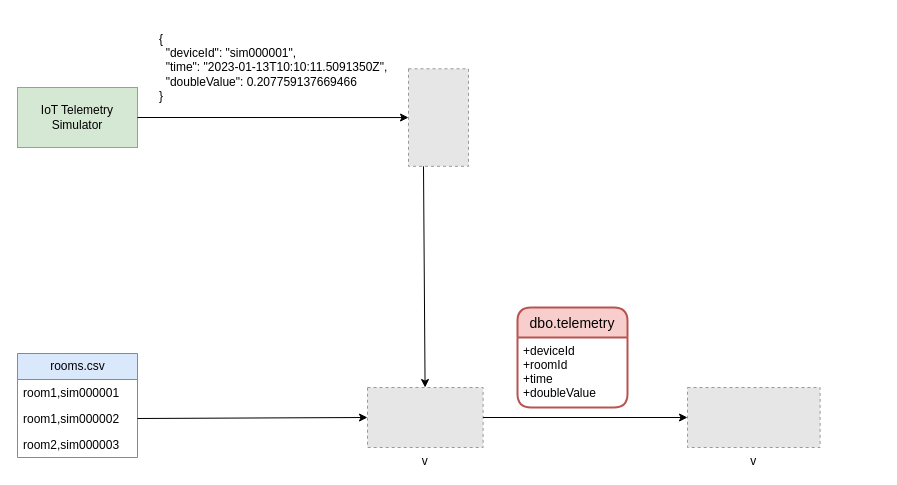
Earlier version of the draw.io diagram docs/edge-architecture.drawio (syedhassaanahmed/portable-etl). Source tidied: cells renumbered, new cells numbered last; positions are measured from the earlier drawing's top-left corner, leaving out a move shared by most shapes. Both pictures are drawn from the tidied source at 100%, with x=0, y=0 at pixel (17, 17). Pictures stored in the file or linked from it are replaced by grey dashed boxes.
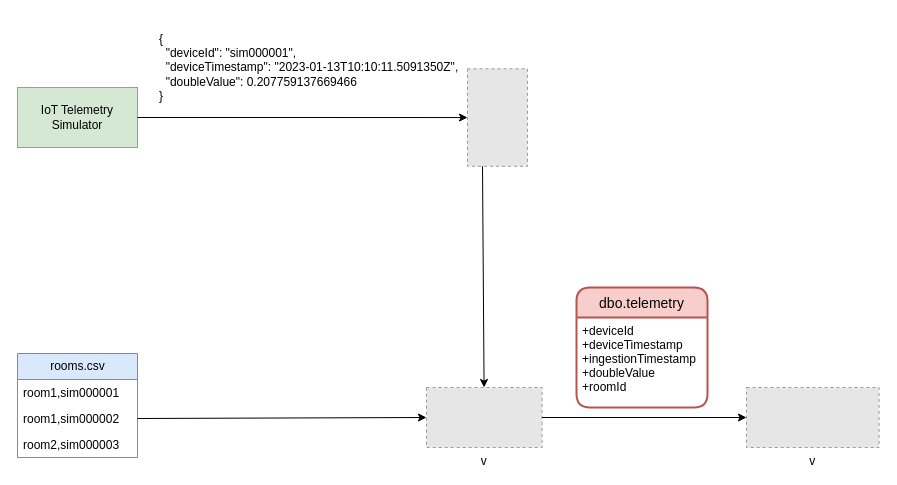
The same page after the edit.

Commit message (it also covers changes not shown here):
Update arch diagrams

The edit, as a diff of the source:
```diff
@@
 <mxGraphModel>
   <root>
     <mxCell id="0" />
     <mxCell id="1" parent="0" />
     <mxCell id="2" value="IoT Telemetry Simulator" style="rounded=0;whiteSpace=wrap;html=1;fillColor=#d5e8d4;strokeColor=#82b366;" parent="1" vertex="1">
       <mxGeometry y="70" width="120" height="60" as="geometry" />
     </mxCell>
     <mxCell id="3" style="fillColor=#E6E6E6;strokeColor=#999999;dashed=1;verticalLabelPosition=bottom;labelBackgroundColor=default;verticalAlign=top;" parent="1" vertex="1">
-      <mxGeometry x="391" y="51.3" width="60" height="97.5" as="geometry" />
+      <mxGeometry x="450" y="51.3" width="60" height="97.5" as="geometry" />
     </mxCell>
     <mxCell id="4" value="v" style="fillColor=#E6E6E6;strokeColor=#999999;dashed=1;verticalLabelPosition=bottom;labelBackgroundColor=default;verticalAlign=top;" parent="1" vertex="1">
-      <mxGeometry x="350" y="370" width="115.6" height="60" as="geometry" />
+      <mxGeometry x="409" y="370" width="115.6" height="60" as="geometry" />
     </mxCell>
     <mxCell id="5" value="v" style="fillColor=#E6E6E6;strokeColor=#999999;dashed=1;verticalLabelPosition=bottom;labelBackgroundColor=default;verticalAlign=top;" parent="1" vertex="1">
-      <mxGeometry x="670" y="370" width="132.6" height="60" as="geometry" />
+      <mxGeometry x="729" y="370" width="132.6" height="60" as="geometry" />
     </mxCell>
     <mxCell id="6" style="endArrow=classic;html=1;rounded=0;exitX=1;exitY=0.5;exitDx=0;exitDy=0;entryX=0;entryY=0.5;entryDx=0;entryDy=0;" parent="1" edge="1" source="2" target="3">
       <mxGeometry relative="1" as="geometry" />
     </mxCell>
     <mxCell id="7" style="endArrow=classic;html=1;rounded=0;exitX=0.25;exitY=1;exitDx=0;exitDy=0;" parent="1" edge="1" source="3" target="4">
       <mxGeometry relative="1" as="geometry" />
     </mxCell>
     <mxCell id="8" style="endArrow=classic;html=1;rounded=0;exitX=1;exitY=0.5;exitDx=0;exitDy=0;" parent="1" edge="1" source="4" target="5">
       <mxGeometry relative="1" as="geometry" />
     </mxCell>
-    <mxCell id="9" value="&lt;div&gt;{&lt;/div&gt;&lt;div&gt;&amp;nbsp; &quot;deviceId&quot;: &quot;sim000001&quot;,&lt;/div&gt;&lt;div&gt;&amp;nbsp; &quot;time&quot;: &quot;2023-01-13T10:10:11.5091350Z&quot;,&lt;/div&gt;&lt;div&gt;&amp;nbsp; &quot;doubleValue&quot;: 0.207759137669466&lt;/div&gt;&lt;div&gt;}&lt;/div&gt;" style="text;html=1;strokeColor=none;fillColor=none;align=left;verticalAlign=middle;whiteSpace=wrap;rounded=0;" parent="1" vertex="1">
-      <mxGeometry x="140" width="300" height="100" as="geometry" />
+    <mxCell id="9" value="&lt;div&gt;{&lt;/div&gt;&lt;div&gt;&amp;nbsp; &quot;deviceId&quot;: &quot;sim000001&quot;,&lt;/div&gt;&lt;div&gt;&amp;nbsp; &quot;deviceTimestamp&quot;: &quot;2023-01-13T10:10:11.5091350Z&quot;,&lt;/div&gt;&lt;div&gt;&amp;nbsp; &quot;doubleValue&quot;: 0.207759137669466&lt;/div&gt;&lt;div&gt;}&lt;/div&gt;" style="text;html=1;strokeColor=none;fillColor=none;align=left;verticalAlign=middle;whiteSpace=wrap;rounded=0;" parent="1" vertex="1">
+      <mxGeometry x="140" width="320" height="100" as="geometry" />
     </mxCell>
     <mxCell id="10" value="dbo.telemetry" style="swimlane;horizontal=1;startSize=30;rounded=1;fontSize=14;fontStyle=0;strokeWidth=2;shadow=0;dashed=0;align=center;fillColor=#f8cecc;strokeColor=#b85450;" parent="1" vertex="1">
-      <mxGeometry x="500" y="290" width="110" height="100" as="geometry" />
+      <mxGeometry x="559" y="270" width="131" height="120" as="geometry" />
     </mxCell>
-    <mxCell id="11" value="+deviceId&#10;+roomId&#10;+time&#10;+doubleValue" style="align=left;strokeColor=none;fillColor=none;spacingLeft=4;fontSize=12;verticalAlign=top;" parent="10" vertex="1">
-      <mxGeometry y="30" width="110" height="70" as="geometry" />
+    <mxCell id="11" value="+deviceId&#10;+deviceTimestamp&#10;+ingestionTimestamp&#10;+doubleValue&#10;+roomId" style="align=left;strokeColor=none;fillColor=none;spacingLeft=4;fontSize=12;verticalAlign=top;" parent="10" vertex="1">
+      <mxGeometry y="30" width="131" height="90" as="geometry" />
     </mxCell>
     <mxCell id="12" value="rooms.csv" style="swimlane;fontStyle=0;horizontal=1;startSize=26;fillColor=#dae8fc;html=1;strokeColor=#6c8ebf;" parent="1" vertex="1">
       <mxGeometry y="336" width="120" height="104" as="geometry" />
     </mxCell>
     <mxCell id="13" value="room1,sim000001" style="text;strokeColor=none;fillColor=none;align=left;verticalAlign=top;spacingLeft=4;spacingRight=4;overflow=hidden;whiteSpace=wrap;html=1;" parent="12" vertex="1">
       <mxGeometry y="26" width="120" height="26" as="geometry" />
     </mxCell>
     <mxCell id="14" value="room1,sim000002" style="text;strokeColor=none;fillColor=none;align=left;verticalAlign=top;spacingLeft=4;spacingRight=4;overflow=hidden;points=[[0,0.5],[1,0.5]];portConstraint=eastwest;whiteSpace=wrap;html=1;" parent="12" vertex="1">
       <mxGeometry y="52" width="120" height="26" as="geometry" />
     </mxCell>
     <mxCell id="15" value="room2,sim000003" style="text;strokeColor=none;fillColor=none;align=left;verticalAlign=top;spacingLeft=4;spacingRight=4;overflow=hidden;whiteSpace=wrap;html=1;" parent="12" vertex="1">
       <mxGeometry y="78" width="120" height="26" as="geometry" />
     </mxCell>
     <mxCell id="16" style="endArrow=classic;html=1;rounded=0;exitX=1;exitY=0.5;exitDx=0;exitDy=0;entryX=0;entryY=0.5;entryDx=0;entryDy=0;" parent="1" edge="1" source="14" target="4">
       <mxGeometry relative="1" as="geometry" />
     </mxCell>
   </root>
 </mxGraphModel>
```
